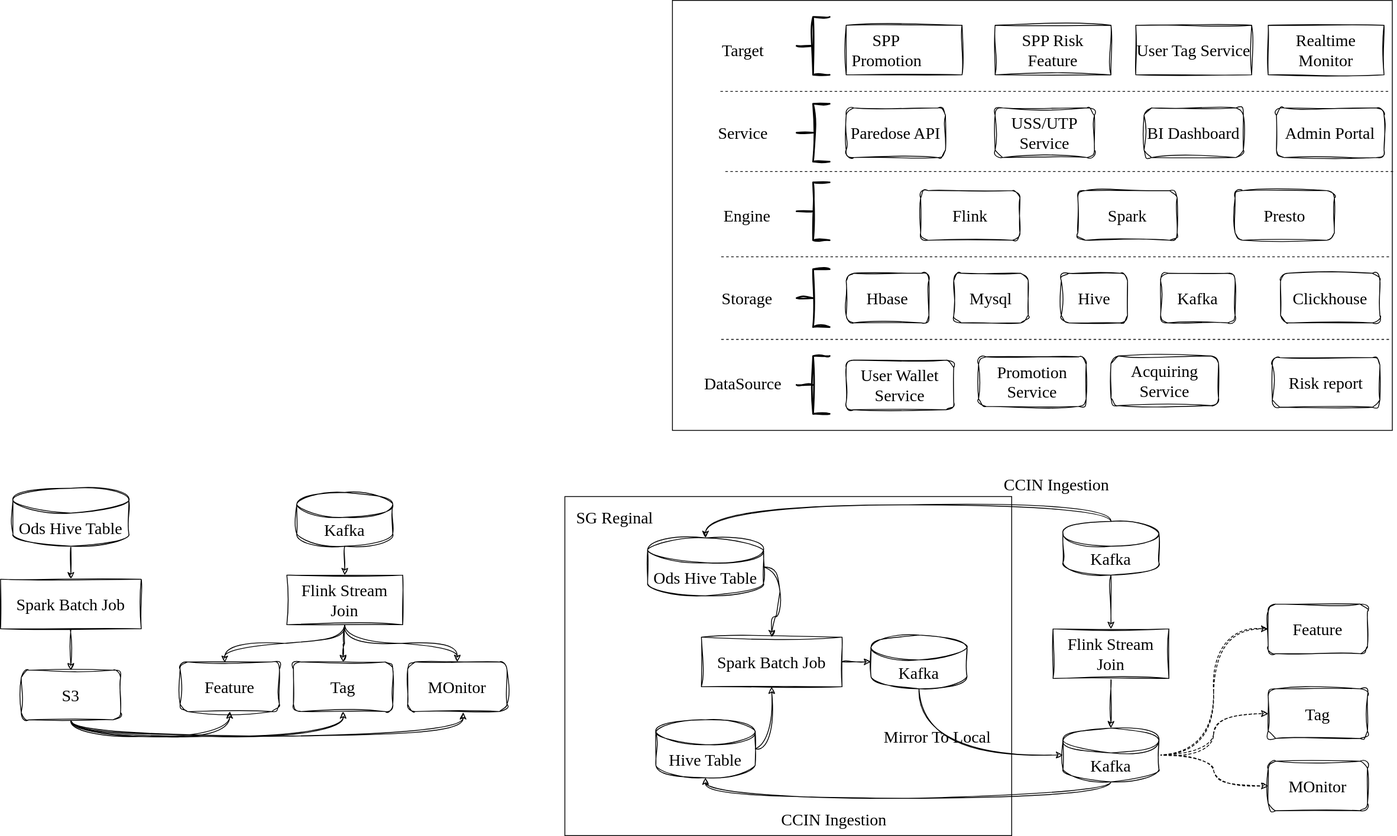
Before: 答辩准备1.drawio.svg, a diagram exported from draw.io (LadyTao/flink-learning). Source tidied: cells renumbered, new cells last; positions are measured from the earlier drawing's top-left corner, leaving out a move shared by most shapes.
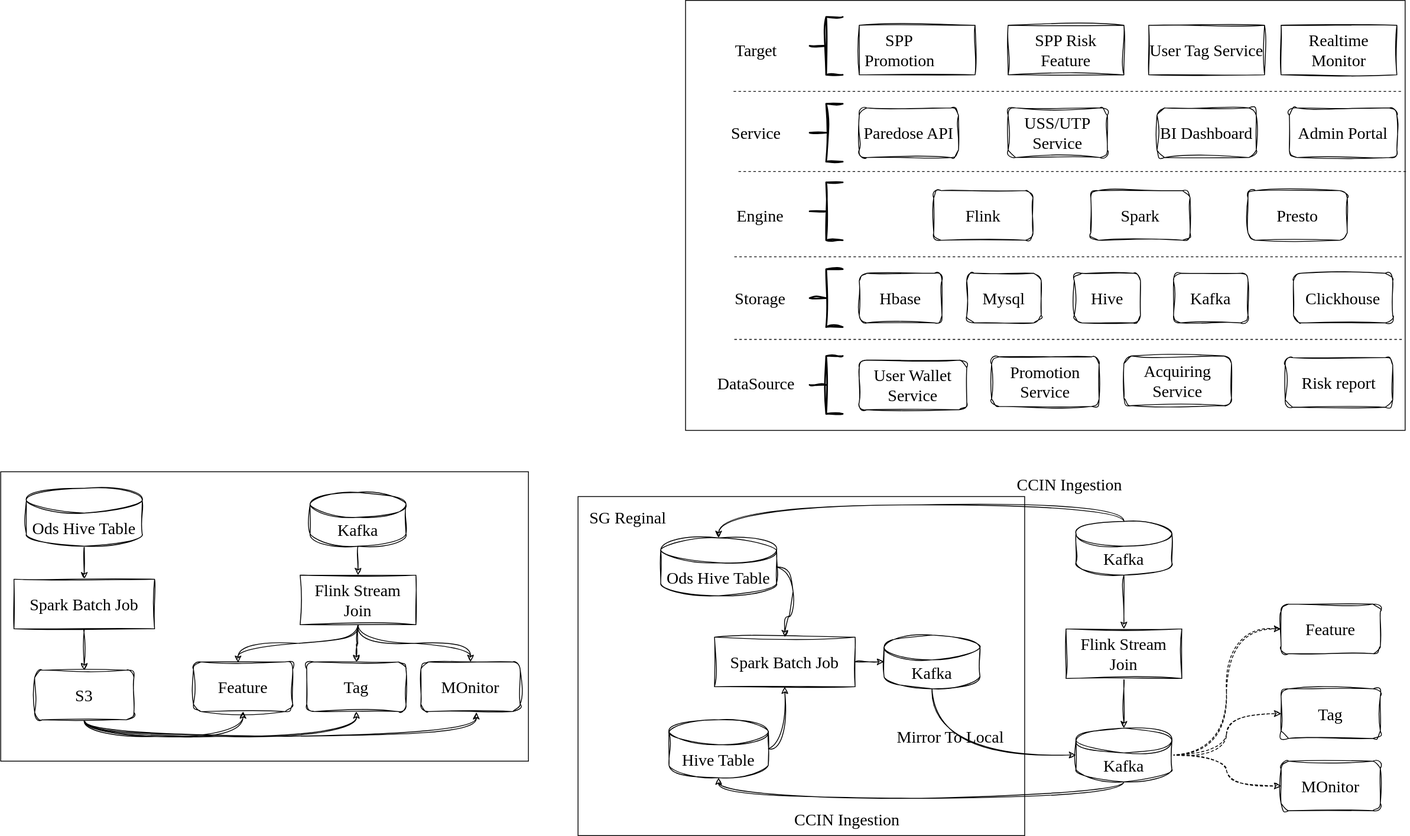
The same diagram one commit later.

Commit message:
更新答辩准备1.drawio.svg

The edit, as a diff of the source:
```diff
@@ -2,6 +2,9 @@
   <root>
     <mxCell id="0" />
     <mxCell id="1" parent="0" />
+    <mxCell id="85" style="rounded=0;whiteSpace=wrap;html=1;hachureGap=4;fontFamily=Architects Daughter;fontSource=https%3A%2F%2Ffonts.googleapis.com%2Fcss%3Ffamily%3DArchitects%2BDaughter;fontSize=20;" parent="1" vertex="1">
+      <mxGeometry x="-16" y="570" width="638" height="350" as="geometry" />
+    </mxCell>
     <mxCell id="2" style="rounded=0;whiteSpace=wrap;html=1;hachureGap=4;fontFamily=Architects Daughter;fontSource=https%3A%2F%2Ffonts.googleapis.com%2Fcss%3Ffamily%3DArchitects%2BDaughter;fontSize=20;" parent="1" vertex="1">
       <mxGeometry x="812" width="870" height="520" as="geometry" />
     </mxCell>
```
